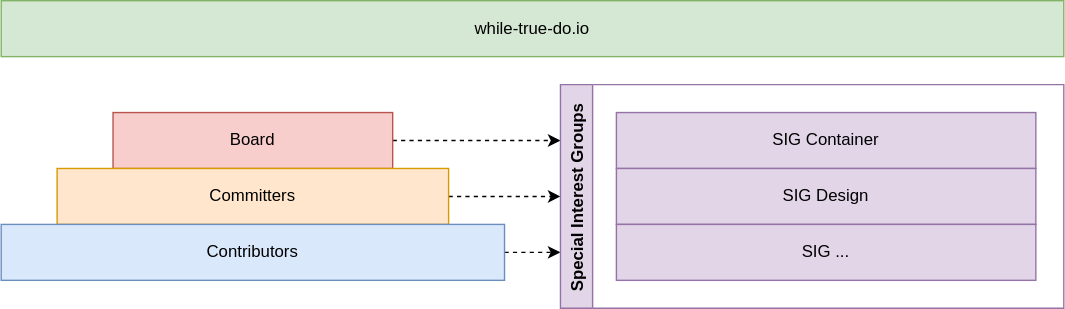
Before: docs/assets/organization.drawio.svg, a diagram exported from draw.io (whiletruedoio/.github). Source tidied: cells renumbered, new cells last; positions are measured from the earlier drawing's top-left corner, leaving out a move shared by most shapes. The source it was exported from:
```xml
<mxGraphModel>
  <root>
    <mxCell id="0" />
    <mxCell id="1" parent="0" />
    <mxCell id="2" style="edgeStyle=orthogonalEdgeStyle;html=1;exitX=1;exitY=0.5;exitDx=0;exitDy=0;entryX=0;entryY=0.25;entryDx=0;entryDy=0;dashed=1;" parent="1" edge="1" source="3" target="8">
      <mxGeometry relative="1" as="geometry" />
    </mxCell>
    <mxCell id="3" value="Board" style="rounded=0;whiteSpace=wrap;html=1;fillColor=#f8cecc;strokeColor=#b85450;" parent="1" vertex="1">
      <mxGeometry x="80" y="80" width="200" height="40" as="geometry" />
    </mxCell>
    <mxCell id="4" style="edgeStyle=orthogonalEdgeStyle;html=1;exitX=1;exitY=0.5;exitDx=0;exitDy=0;entryX=0;entryY=0.5;entryDx=0;entryDy=0;dashed=1;" parent="1" edge="1" source="5" target="8">
      <mxGeometry relative="1" as="geometry" />
    </mxCell>
    <mxCell id="5" value="Committers" style="rounded=0;whiteSpace=wrap;html=1;fillColor=#ffe6cc;strokeColor=#d79b00;" parent="1" vertex="1">
      <mxGeometry x="40" y="120" width="280" height="40" as="geometry" />
    </mxCell>
    <mxCell id="6" style="edgeStyle=orthogonalEdgeStyle;html=1;exitX=1;exitY=0.5;exitDx=0;exitDy=0;entryX=0;entryY=0.75;entryDx=0;entryDy=0;dashed=1;" parent="1" edge="1" source="7" target="8">
      <mxGeometry relative="1" as="geometry" />
    </mxCell>
    <mxCell id="7" value="Contributors" style="rounded=0;whiteSpace=wrap;html=1;fillColor=#dae8fc;strokeColor=#6c8ebf;" parent="1" vertex="1">
      <mxGeometry y="160" width="360" height="40" as="geometry" />
    </mxCell>
    <mxCell id="8" value="Special Interest Groups" style="swimlane;horizontal=0;fillColor=#e1d5e7;strokeColor=#9673a6;" parent="1" vertex="1">
      <mxGeometry x="400" y="60" width="360" height="160" as="geometry" />
    </mxCell>
    <mxCell id="9" value="SIG Container" style="rounded=0;whiteSpace=wrap;html=1;fillColor=#e1d5e7;strokeColor=#9673a6;" parent="8" vertex="1">
      <mxGeometry x="40" y="20" width="300" height="40" as="geometry" />
    </mxCell>
    <mxCell id="10" value="SIG Design" style="rounded=0;whiteSpace=wrap;html=1;fillColor=#e1d5e7;strokeColor=#9673a6;" parent="8" vertex="1">
      <mxGeometry x="40" y="60" width="300" height="40" as="geometry" />
    </mxCell>
    <mxCell id="11" value="SIG ..." style="rounded=0;whiteSpace=wrap;html=1;fillColor=#e1d5e7;strokeColor=#9673a6;" parent="8" vertex="1">
      <mxGeometry x="40" y="100" width="300" height="40" as="geometry" />
    </mxCell>
    <mxCell id="12" value="while-true-do.io" style="rounded=0;whiteSpace=wrap;html=1;fillColor=#d5e8d4;strokeColor=#82b366;" parent="1" vertex="1">
      <mxGeometry width="760" height="40" as="geometry" />
    </mxCell>
  </root>
</mxGraphModel>
```
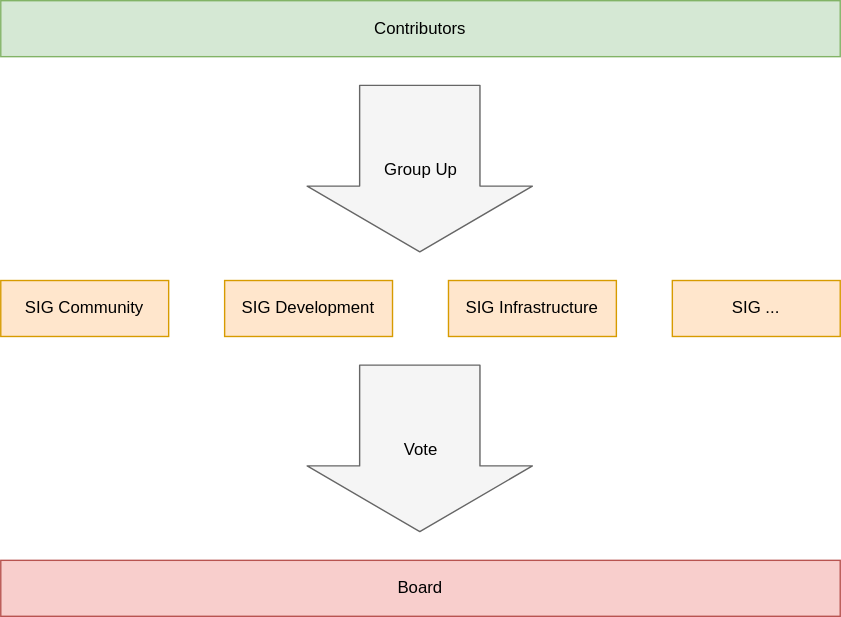
Above is the later version.

Commit message:
docs: organization and assets

Change to the diagram source:
```diff
@@ -2,38 +2,45 @@
   <root>
     <mxCell id="0" />
     <mxCell id="1" parent="0" />
-    <mxCell id="2" style="edgeStyle=orthogonalEdgeStyle;html=1;exitX=1;exitY=0.5;exitDx=0;exitDy=0;entryX=0;entryY=0.25;entryDx=0;entryDy=0;dashed=1;" parent="1" edge="1" source="3" target="8">
-      <mxGeometry relative="1" as="geometry" />
-    </mxCell>
+    <mxCell id="12" value="SIG Community" style="rounded=0;whiteSpace=wrap;html=1;fillColor=#ffe6cc;strokeColor=#d79b00;" parent="1" vertex="1">
+      <mxGeometry x="-40" y="200" width="120" height="40" as="geometry" />
+    </mxCell>
+    <mxCell id="13" value="SIG Development" style="rounded=0;whiteSpace=wrap;html=1;fillColor=#ffe6cc;strokeColor=#d79b00;" parent="1" vertex="1">
+      <mxGeometry x="120" y="200" width="120" height="40" as="geometry" />
+    </mxCell>
+    <mxCell id="14" value="SIG Infrastructure" style="rounded=0;whiteSpace=wrap;html=1;fillColor=#ffe6cc;strokeColor=#d79b00;" parent="1" vertex="1">
+      <mxGeometry x="280" y="200" width="120" height="40" as="geometry" />
+    </mxCell>
+    <mxCell id="11" value="SIG ..." style="rounded=0;whiteSpace=wrap;html=1;fillColor=#ffe6cc;strokeColor=#d79b00;" parent="1" vertex="1">
+      <mxGeometry x="440" y="200" width="120" height="40" as="geometry" />
+    </mxCell>
     <mxCell id="3" value="Board" style="rounded=0;whiteSpace=wrap;html=1;fillColor=#f8cecc;strokeColor=#b85450;" parent="1" vertex="1">
-      <mxGeometry x="80" y="80" width="200" height="40" as="geometry" />
+      <mxGeometry x="-40" y="400" width="600" height="40" as="geometry" />
     </mxCell>
-    <mxCell id="4" style="edgeStyle=orthogonalEdgeStyle;html=1;exitX=1;exitY=0.5;exitDx=0;exitDy=0;entryX=0;entryY=0.5;entryDx=0;entryDy=0;dashed=1;" parent="1" edge="1" source="5" target="8">
-      <mxGeometry relative="1" as="geometry" />
-    </mxCell>
-    <mxCell id="5" value="Committers" style="rounded=0;whiteSpace=wrap;html=1;fillColor=#ffe6cc;strokeColor=#d79b00;" parent="1" vertex="1">
-      <mxGeometry x="40" y="120" width="280" height="40" as="geometry" />
-    </mxCell>
-    <mxCell id="6" style="edgeStyle=orthogonalEdgeStyle;html=1;exitX=1;exitY=0.5;exitDx=0;exitDy=0;entryX=0;entryY=0.75;entryDx=0;entryDy=0;dashed=1;" parent="1" edge="1" source="7" target="8">
-      <mxGeometry relative="1" as="geometry" />
-    </mxCell>
-    <mxCell id="7" value="Contributors" style="rounded=0;whiteSpace=wrap;html=1;fillColor=#dae8fc;strokeColor=#6c8ebf;" parent="1" vertex="1">
-      <mxGeometry y="160" width="360" height="40" as="geometry" />
+    <mxCell id="7" value="Contributors" style="rounded=0;whiteSpace=wrap;html=1;fillColor=#d5e8d4;strokeColor=#82b366;" parent="1" vertex="1">
+      <mxGeometry x="-40" width="600" height="40" as="geometry" />
     </mxCell>
-    <mxCell id="8" value="Special Interest Groups" style="swimlane;horizontal=0;fillColor=#e1d5e7;strokeColor=#9673a6;" parent="1" vertex="1">
-      <mxGeometry x="400" y="60" width="360" height="160" as="geometry" />
-    </mxCell>
-    <mxCell id="9" value="SIG Container" style="rounded=0;whiteSpace=wrap;html=1;fillColor=#e1d5e7;strokeColor=#9673a6;" parent="8" vertex="1">
-      <mxGeometry x="40" y="20" width="300" height="40" as="geometry" />
-    </mxCell>
-    <mxCell id="10" value="SIG Design" style="rounded=0;whiteSpace=wrap;html=1;fillColor=#e1d5e7;strokeColor=#9673a6;" parent="8" vertex="1">
-      <mxGeometry x="40" y="60" width="300" height="40" as="geometry" />
-    </mxCell>
-    <mxCell id="11" value="SIG ..." style="rounded=0;whiteSpace=wrap;html=1;fillColor=#e1d5e7;strokeColor=#9673a6;" parent="8" vertex="1">
-      <mxGeometry x="40" y="100" width="300" height="40" as="geometry" />
-    </mxCell>
-    <mxCell id="12" value="while-true-do.io" style="rounded=0;whiteSpace=wrap;html=1;fillColor=#d5e8d4;strokeColor=#82b366;" parent="1" vertex="1">
-      <mxGeometry width="760" height="40" as="geometry" />
-    </mxCell>
+    <mxCell id="15" style="shape=flexArrow;endArrow=classic;html=1;endWidth=74;endSize=15.33;width=86;fillColor=#f5f5f5;strokeColor=#666666;fontSize=16;" parent="1" edge="1">
+      <mxGeometry relative="1" as="geometry">
+        <mxPoint x="259.5" y="60" as="sourcePoint" />
+        <mxPoint x="259.5" y="180" as="targetPoint" />
+      </mxGeometry>
+    </mxCell>
+    <mxCell id="16" value="Group Up" style="edgeLabel;html=1;align=center;verticalAlign=middle;fontSize=12;labelBackgroundColor=none;" parent="15" vertex="1">
+      <mxGeometry x="0.25" relative="1" as="geometry">
+        <mxPoint y="-15" as="offset" />
+      </mxGeometry>
+    </mxCell>
+    <mxCell id="17" style="shape=flexArrow;endArrow=classic;html=1;endWidth=74;endSize=15.33;width=86;fillColor=#f5f5f5;strokeColor=#666666;fontSize=16;" parent="1" edge="1">
+      <mxGeometry relative="1" as="geometry">
+        <mxPoint x="259.5" y="260" as="sourcePoint" />
+        <mxPoint x="259.5" y="380" as="targetPoint" />
+      </mxGeometry>
+    </mxCell>
+    <mxCell id="18" value="Vote" style="edgeLabel;html=1;align=center;verticalAlign=middle;fontSize=12;labelBackgroundColor=none;" parent="17" vertex="1">
+      <mxGeometry x="0.25" relative="1" as="geometry">
+        <mxPoint y="-15" as="offset" />
+      </mxGeometry>
+    </mxCell>
   </root>
 </mxGraphModel>
```
